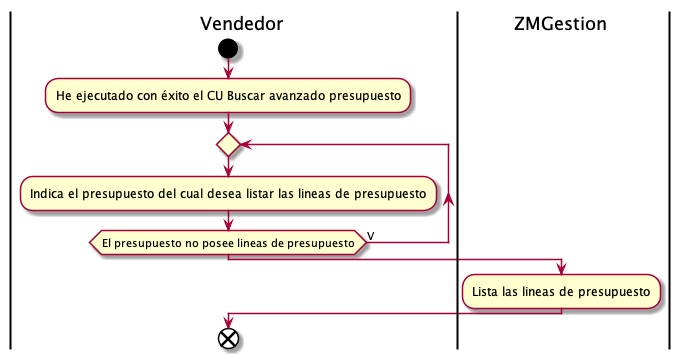
ZMGestion/DocumentacionZMGestion keeps this PlantUML diagram as Informe Final/Imagenes/DiagramasActividad/DiagramaDeActividad/listarLineasPresupuesto.png. Above is the earlier version.
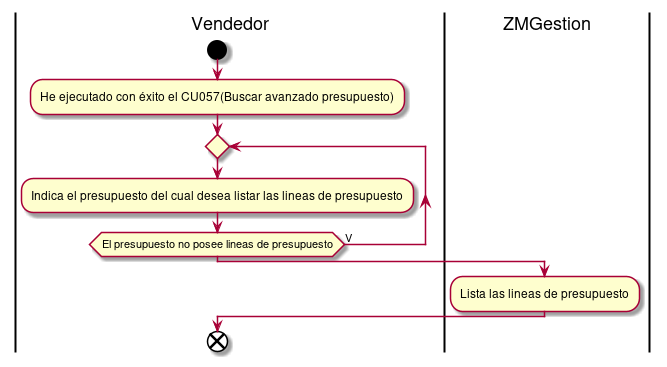
Later version of the same file.

The edit, as a diff of the source:
```diff
@@ -1,7 +1,7 @@
 @startuml listarLineasPresupuesto
 |Vendedor|
 start
-:He ejecutado con éxito el CU Buscar avanzado presupuesto;
+:He ejecutado con éxito el CU057(Buscar avanzado presupuesto);
 repeat
 :Indica el presupuesto del cual desea listar las lineas de presupuesto;
 repeat while(El presupuesto no posee lineas de presupuesto) is (V)
```
